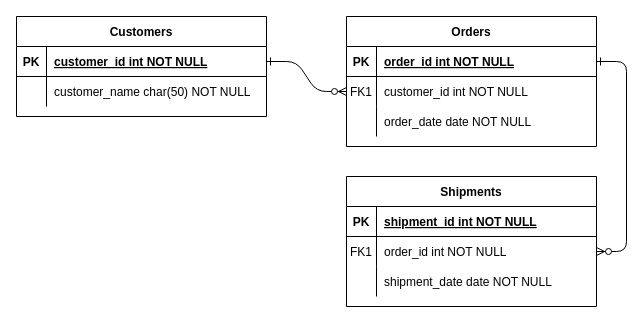
Before: 제목 없는 다이어그램.drawio in ChangwookYang/blog-search-service, a draw.io diagram. Source tidied: cells renumbered, new cells numbered last; positions are measured from the earlier drawing's top-left corner, leaving out a move shared by most shapes. Both pictures are drawn from the tidied source at 100%, with x=0, y=0 at pixel (16, 16).
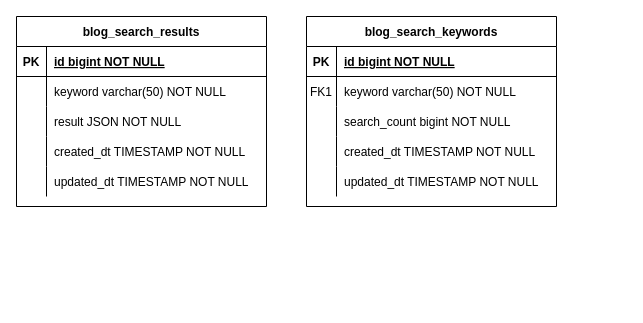
The same diagram, later.

Commit message:
#7 - blog service erd 업데이트

The change refers to these unchanged cells:
```xml
<mxCell id="5" style="shape=partialRectangle;fillColor=none;points=[[0,0.5],[1,0.5]];portConstraint=eastwest;top=0;left=0;right=0;bottom=1;" parent="4" vertex="1">
  <mxGeometry y="30" width="250" height="30" as="geometry" />
</mxCell>
<mxCell id="8" style="shape=partialRectangle;fillColor=none;points=[[0,0.5],[1,0.5]];portConstraint=eastwest;top=0;left=0;right=0;bottom=0;" parent="4" vertex="1">
  <mxGeometry y="60" width="250" height="30" as="geometry" />
</mxCell>
<mxCell id="11" style="shape=partialRectangle;fillColor=none;top=0;left=0;right=0;bottom=0;" parent="4" vertex="1">
  <mxGeometry y="90" width="250" height="30" as="geometry" />
</mxCell>
<mxCell id="25" style="shape=partialRectangle;fillColor=none;points=[[0,0.5],[1,0.5]];portConstraint=eastwest;top=0;left=0;right=0;bottom=1;" parent="24" vertex="1">
  <mxGeometry y="30" width="250" height="30" as="geometry" />
</mxCell>
<mxCell id="28" style="shape=partialRectangle;fillColor=none;top=0;left=0;right=0;bottom=0;" parent="24" vertex="1">
  <mxGeometry y="60" width="250" height="30" as="geometry" />
</mxCell>
```

Change to the diagram source:
```diff
@@
-    <mxCell id="2" style="edgeStyle=entityRelationEdgeStyle;endArrow=ERzeroToMany;startArrow=ERone;endFill=1;startFill=0;" parent="1" edge="1" source="25" target="8">
-      <mxGeometry relative="1" as="geometry" />
-    </mxCell>
-    <mxCell id="3" style="edgeStyle=entityRelationEdgeStyle;endArrow=ERzeroToMany;startArrow=ERone;endFill=1;startFill=0;" parent="1" edge="1" source="5" target="18">
-      <mxGeometry relative="1" as="geometry" />
-    </mxCell>
-    <mxCell id="4" value="Orders" style="shape=table;startSize=30;childLayout=tableLayout;rowLines=0;fontStyle=1;align=center;" parent="1" vertex="1">
-      <mxGeometry x="330" width="250" height="130" as="geometry" />
+    <mxCell id="4" value="blog_search_keywords" style="shape=table;startSize=30;childLayout=tableLayout;rowLines=0;fontStyle=1;align=center;" parent="1" vertex="1">
+      <mxGeometry x="290" width="250" height="190" as="geometry" />
     </mxCell>
@@
-    <mxCell id="7" value="order_id int NOT NULL " style="shape=partialRectangle;overflow=hidden;fillColor=none;top=0;left=0;bottom=0;right=0;align=left;spacingLeft=6;fontStyle=5;" parent="5" vertex="1">
+    <mxCell id="7" value="id bigint NOT NULL" style="shape=partialRectangle;overflow=hidden;fillColor=none;top=0;left=0;bottom=0;right=0;align=left;spacingLeft=6;fontStyle=5;" parent="5" vertex="1">
       <mxGeometry x="30" width="220" height="30" as="geometry" />
     </mxCell>
@@
-    <mxCell id="10" value="customer_id int NOT NULL" style="shape=partialRectangle;overflow=hidden;fillColor=none;top=0;left=0;bottom=0;right=0;align=left;spacingLeft=6;" parent="8" vertex="1">
+    <mxCell id="10" value="keyword varchar(50) NOT NULL" style="shape=partialRectangle;overflow=hidden;fillColor=none;top=0;left=0;bottom=0;right=0;align=left;spacingLeft=6;" parent="8" vertex="1">
       <mxGeometry x="30" width="220" height="30" as="geometry" />
     </mxCell>
@@
-    <mxCell id="13" value="order_date date NOT NULL" style="shape=partialRectangle;overflow=hidden;fillColor=none;top=0;left=0;bottom=0;right=0;align=left;spacingLeft=6;" parent="11" vertex="1">
+    <mxCell id="13" value="search_count bigint NOT NULL" style="shape=partialRectangle;overflow=hidden;fillColor=none;top=0;left=0;bottom=0;right=0;align=left;spacingLeft=6;" parent="11" vertex="1">
       <mxGeometry x="30" width="220" height="30" as="geometry" />
     </mxCell>
-    <mxCell id="14" value="Shipments" style="shape=table;startSize=30;childLayout=tableLayout;rowLines=0;fontStyle=1;align=center;" parent="1" vertex="1">
-      <mxGeometry x="330" y="160" width="250" height="130" as="geometry" />
-    </mxCell>
-    <mxCell id="15" style="shape=partialRectangle;fillColor=none;top=0;left=0;right=0;bottom=1;" parent="14" vertex="1">
-      <mxGeometry y="30" width="250" height="30" as="geometry" />
-    </mxCell>
-    <mxCell id="16" value="PK" style="shape=partialRectangle;overflow=hidden;fillColor=none;top=0;left=0;bottom=0;right=0;fontStyle=1;" parent="15" vertex="1">
-      <mxGeometry width="30" height="30" as="geometry" />
-    </mxCell>
-    <mxCell id="17" value="shipment_id int NOT NULL " style="shape=partialRectangle;overflow=hidden;fillColor=none;top=0;left=0;bottom=0;right=0;align=left;spacingLeft=6;fontStyle=5;" parent="15" vertex="1">
-      <mxGeometry x="30" width="220" height="30" as="geometry" />
-    </mxCell>
-    <mxCell id="18" style="shape=partialRectangle;fillColor=none;points=[[0,0.5],[1,0.5]];portConstraint=eastwest;top=0;left=0;right=0;bottom=0;" parent="14" vertex="1">
-      <mxGeometry y="60" width="250" height="30" as="geometry" />
-    </mxCell>
-    <mxCell id="19" value="FK1" style="shape=partialRectangle;overflow=hidden;fillColor=none;top=0;left=0;bottom=0;right=0;" parent="18" vertex="1">
-      <mxGeometry width="30" height="30" as="geometry" />
-    </mxCell>
-    <mxCell id="20" value="order_id int NOT NULL" style="shape=partialRectangle;overflow=hidden;fillColor=none;top=0;left=0;bottom=0;right=0;align=left;spacingLeft=6;" parent="18" vertex="1">
-      <mxGeometry x="30" width="220" height="30" as="geometry" />
-    </mxCell>
-    <mxCell id="21" style="shape=partialRectangle;fillColor=none;top=0;left=0;right=0;bottom=0;" parent="14" vertex="1">
-      <mxGeometry y="90" width="250" height="30" as="geometry" />
-    </mxCell>
-    <mxCell id="22" style="shape=partialRectangle;overflow=hidden;fillColor=none;top=0;left=0;bottom=0;right=0;" parent="21" vertex="1">
-      <mxGeometry width="30" height="30" as="geometry" />
-    </mxCell>
-    <mxCell id="23" value="shipment_date date NOT NULL" style="shape=partialRectangle;overflow=hidden;fillColor=none;top=0;left=0;bottom=0;right=0;align=left;spacingLeft=6;" parent="21" vertex="1">
-      <mxGeometry x="30" width="220" height="30" as="geometry" />
-    </mxCell>
+    <mxCell id="31" style="shape=partialRectangle;fillColor=none;top=0;left=0;right=0;bottom=0;" parent="4" vertex="1">
+      <mxGeometry y="120" width="250" height="30" as="geometry" />
+    </mxCell>
+    <mxCell id="32" style="shape=partialRectangle;overflow=hidden;fillColor=none;top=0;left=0;bottom=0;right=0;" parent="31" vertex="1">
+      <mxGeometry width="30" height="30" as="geometry" />
+    </mxCell>
+    <mxCell id="33" value="created_dt TIMESTAMP NOT NULL" style="shape=partialRectangle;overflow=hidden;fillColor=none;top=0;left=0;bottom=0;right=0;align=left;spacingLeft=6;" parent="31" vertex="1">
+      <mxGeometry x="30" width="220" height="30" as="geometry" />
+    </mxCell>
+    <mxCell id="34" style="shape=partialRectangle;fillColor=none;top=0;left=0;right=0;bottom=0;" parent="4" vertex="1">
+      <mxGeometry y="150" width="250" height="30" as="geometry" />
+    </mxCell>
+    <mxCell id="35" style="shape=partialRectangle;overflow=hidden;fillColor=none;top=0;left=0;bottom=0;right=0;" parent="34" vertex="1">
+      <mxGeometry width="30" height="30" as="geometry" />
+    </mxCell>
+    <mxCell id="36" value="updated_dt TIMESTAMP NOT NULL" style="shape=partialRectangle;overflow=hidden;fillColor=none;top=0;left=0;bottom=0;right=0;align=left;spacingLeft=6;" parent="34" vertex="1">
+      <mxGeometry x="30" width="220" height="30" as="geometry" />
+    </mxCell>
-    <mxCell id="24" value="Customers" style="shape=table;startSize=30;childLayout=tableLayout;rowLines=0;fontStyle=1;align=center;" parent="1" vertex="1">
-      <mxGeometry width="250" height="100" as="geometry" />
+    <mxCell id="24" value="blog_search_results" style="shape=table;startSize=30;childLayout=tableLayout;rowLines=0;fontStyle=1;align=center;" parent="1" vertex="1">
+      <mxGeometry width="250" height="190" as="geometry" />
     </mxCell>
@@
-    <mxCell id="27" value="customer_id int NOT NULL " style="shape=partialRectangle;overflow=hidden;fillColor=none;top=0;left=0;bottom=0;right=0;align=left;spacingLeft=6;fontStyle=5;" parent="25" vertex="1">
+    <mxCell id="27" value="id bigint NOT NULL " style="shape=partialRectangle;overflow=hidden;fillColor=none;top=0;left=0;bottom=0;right=0;align=left;spacingLeft=6;fontStyle=5;" parent="25" vertex="1">
       <mxGeometry x="30" width="220" height="30" as="geometry" />
     </mxCell>
@@
-    <mxCell id="30" value="customer_name char(50) NOT NULL" style="shape=partialRectangle;overflow=hidden;fillColor=none;top=0;left=0;bottom=0;right=0;align=left;spacingLeft=6;" parent="28" vertex="1">
+    <mxCell id="30" value="keyword varchar(50) NOT NULL" style="shape=partialRectangle;overflow=hidden;fillColor=none;top=0;left=0;bottom=0;right=0;align=left;spacingLeft=6;" parent="28" vertex="1">
       <mxGeometry x="30" width="220" height="30" as="geometry" />
     </mxCell>
+    <mxCell id="21" style="shape=partialRectangle;fillColor=none;top=0;left=0;right=0;bottom=0;" parent="24" vertex="1">
+      <mxGeometry y="90" width="250" height="30" as="geometry" />
+    </mxCell>
+    <mxCell id="37" style="shape=partialRectangle;overflow=hidden;fillColor=none;top=0;left=0;bottom=0;right=0;" parent="21" vertex="1">
+      <mxGeometry width="30" height="30" as="geometry" />
+    </mxCell>
+    <mxCell id="38" value="result JSON NOT NULL" style="shape=partialRectangle;overflow=hidden;fillColor=none;top=0;left=0;bottom=0;right=0;align=left;spacingLeft=6;" parent="21" vertex="1">
+      <mxGeometry x="30" width="220" height="30" as="geometry" />
+    </mxCell>
+    <mxCell id="39" style="shape=partialRectangle;fillColor=none;top=0;left=0;right=0;bottom=0;" parent="24" vertex="1">
+      <mxGeometry y="120" width="250" height="30" as="geometry" />
+    </mxCell>
+    <mxCell id="40" style="shape=partialRectangle;overflow=hidden;fillColor=none;top=0;left=0;bottom=0;right=0;" parent="39" vertex="1">
+      <mxGeometry width="30" height="30" as="geometry" />
+    </mxCell>
+    <mxCell id="41" value="created_dt TIMESTAMP NOT NULL" style="shape=partialRectangle;overflow=hidden;fillColor=none;top=0;left=0;bottom=0;right=0;align=left;spacingLeft=6;" parent="39" vertex="1">
+      <mxGeometry x="30" width="220" height="30" as="geometry" />
+    </mxCell>
+    <mxCell id="42" style="shape=partialRectangle;fillColor=none;top=0;left=0;right=0;bottom=0;" parent="24" vertex="1">
+      <mxGeometry y="150" width="250" height="30" as="geometry" />
+    </mxCell>
+    <mxCell id="43" style="shape=partialRectangle;overflow=hidden;fillColor=none;top=0;left=0;bottom=0;right=0;" parent="42" vertex="1">
+      <mxGeometry width="30" height="30" as="geometry" />
+    </mxCell>
+    <mxCell id="44" value="updated_dt TIMESTAMP NOT NULL" style="shape=partialRectangle;overflow=hidden;fillColor=none;top=0;left=0;bottom=0;right=0;align=left;spacingLeft=6;" parent="42" vertex="1">
+      <mxGeometry x="30" width="220" height="30" as="geometry" />
+    </mxCell>
```
